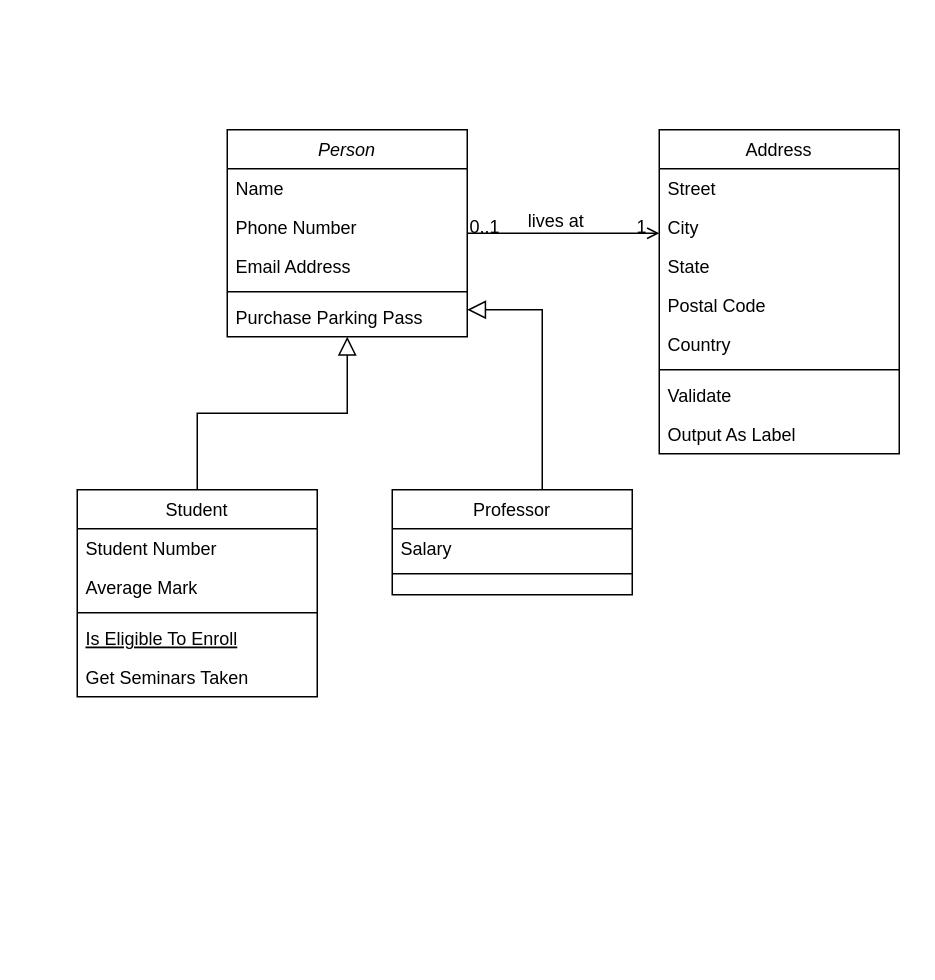
puyojulian/MiniProyecto1FPOE keeps this draw.io diagram as Diagrama de Clases MiniProyecto1.drawio. Above is the earlier version. Source tidied: cells renumbered, new cells numbered last; positions are measured from the earlier drawing's top-left corner, leaving out a move shared by most shapes. Both pictures are drawn from the tidied source at 150%, with x=0, y=0 at pixel (76, 129).
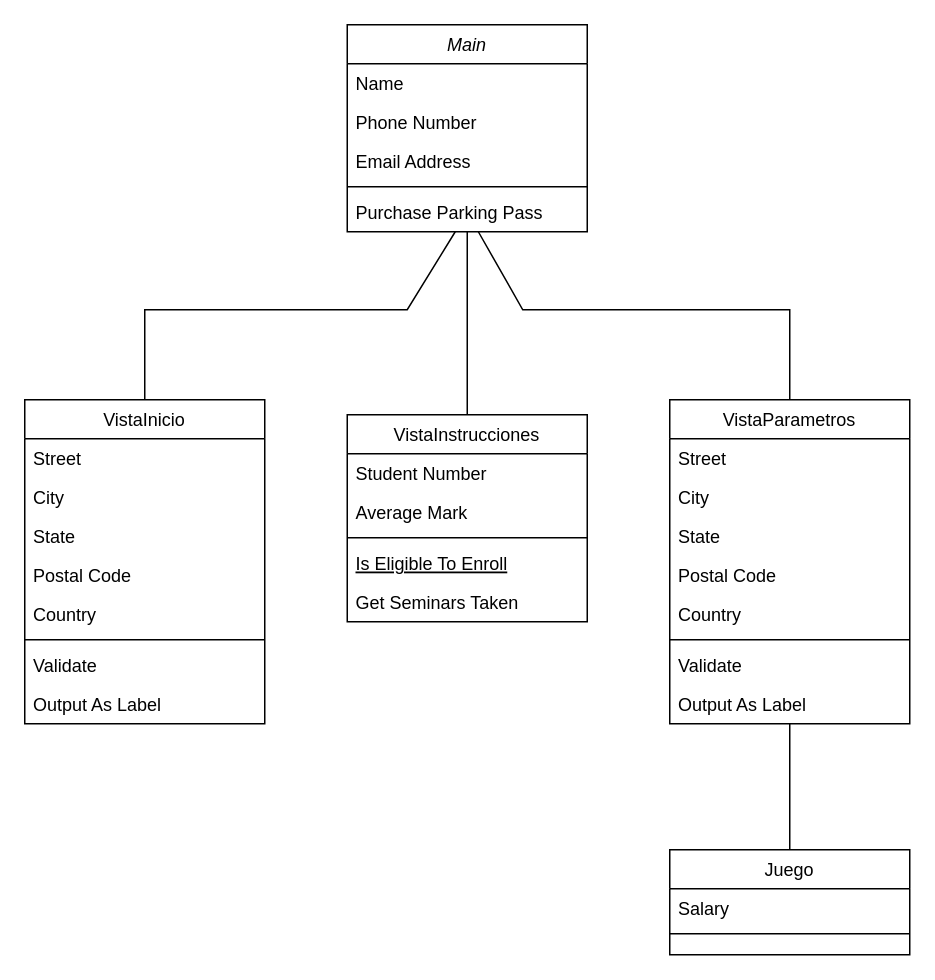
The same diagram, later.

Commit message:
Creación de clases sin atributos ni métodos definidos.

The change refers to these unchanged cells:
```xml
<mxCell id="7" value="Purchase Parking Pass" style="text;align=left;verticalAlign=top;spacingLeft=4;spacingRight=4;overflow=hidden;points=[[0,0.5],[1,0.5]];portConstraint=eastwest;" parent="2" vertex="1">
  <mxGeometry y="112" width="160" height="26" as="geometry" />
</mxCell>
```

Diff of the diagram source:
```diff
@@
-    <mxCell id="2" value="Person" style="swimlane;fontStyle=2;align=center;verticalAlign=top;horizontal=1;startSize=26;rounded=0;shadow=0;strokeWidth=1;" parent="1" vertex="1">
-      <mxGeometry x="100" width="160" height="138" as="geometry" />
+    <mxCell id="2" value="Main" style="swimlane;fontStyle=2;align=center;verticalAlign=top;horizontal=1;startSize=26;rounded=0;shadow=0;strokeWidth=1;" parent="1" vertex="1">
+      <mxGeometry x="180" y="-70" width="160" height="138" as="geometry" />
     </mxCell>
@@
-    <mxCell id="8" value="Student" style="swimlane;fontStyle=0;align=center;verticalAlign=top;horizontal=1;startSize=26;rounded=0;shadow=0;strokeWidth=1;" parent="1" vertex="1">
-      <mxGeometry y="240" width="160" height="138" as="geometry" />
+    <mxCell id="8" value="VistaInstrucciones" style="swimlane;fontStyle=0;align=center;verticalAlign=top;horizontal=1;startSize=26;rounded=0;shadow=0;strokeWidth=1;" parent="1" vertex="1">
+      <mxGeometry x="180" y="190" width="160" height="138" as="geometry" />
     </mxCell>
@@
-    <mxCell id="14" style="endArrow=block;endSize=10;endFill=0;shadow=0;strokeWidth=1;rounded=0;edgeStyle=elbowEdgeStyle;elbow=vertical;" parent="1" edge="1" source="8" target="2">
-      <mxGeometry relative="1" as="geometry" />
-    </mxCell>
-    <mxCell id="15" value="Professor" style="swimlane;fontStyle=0;align=center;verticalAlign=top;horizontal=1;startSize=26;rounded=0;shadow=0;strokeWidth=1;" parent="1" vertex="1">
-      <mxGeometry x="210" y="240" width="160" height="70" as="geometry" />
+    <mxCell id="15" value="Juego" style="swimlane;fontStyle=0;align=center;verticalAlign=top;horizontal=1;startSize=26;rounded=0;shadow=0;strokeWidth=1;" parent="1" vertex="1">
+      <mxGeometry x="395" y="480" width="160" height="70" as="geometry" />
     </mxCell>
@@
-    <mxCell id="18" style="endArrow=block;endSize=10;endFill=0;shadow=0;strokeWidth=1;rounded=0;edgeStyle=elbowEdgeStyle;elbow=vertical;" parent="1" edge="1" source="15" target="7">
-      <mxGeometry relative="1" as="geometry">
-        <Array as="points">
-          <mxPoint x="310" y="120" />
-        </Array>
-      </mxGeometry>
-    </mxCell>
-    <mxCell id="19" value="Address" style="swimlane;fontStyle=0;align=center;verticalAlign=top;horizontal=1;startSize=26;rounded=0;shadow=0;strokeWidth=1;" parent="1" vertex="1">
-      <mxGeometry x="388" width="160" height="216" as="geometry" />
+    <mxCell id="19" value="VistaInicio" style="swimlane;fontStyle=0;align=center;verticalAlign=top;horizontal=1;startSize=26;rounded=0;shadow=0;strokeWidth=1;" parent="1" vertex="1">
+      <mxGeometry x="-35" y="180" width="160" height="216" as="geometry" />
     </mxCell>
@@
-    <mxCell id="28" style="endArrow=open;shadow=0;strokeWidth=1;rounded=0;endFill=1;edgeStyle=elbowEdgeStyle;elbow=vertical;" parent="1" edge="1" source="2" target="19">
-      <mxGeometry x="0.5" y="41" relative="1" as="geometry">
-        <mxPoint x="-40" y="32" as="offset" />
-      </mxGeometry>
-    </mxCell>
-    <mxCell id="29" value="0..1" style="align=left;verticalAlign=bottom;labelBackgroundColor=none;fontSize=12;" parent="28" vertex="1">
-      <mxGeometry x="-1" relative="1" as="geometry">
-        <mxPoint y="4" as="offset" />
-      </mxGeometry>
-    </mxCell>
-    <mxCell id="30" value="1" style="align=right;verticalAlign=bottom;labelBackgroundColor=none;fontSize=12;" parent="28" vertex="1">
-      <mxGeometry x="1" relative="1" as="geometry">
-        <mxPoint x="-7" y="4" as="offset" />
-      </mxGeometry>
-    </mxCell>
-    <mxCell id="31" value="lives at" style="text;html=1;align=center;verticalAlign=middle;labelBackgroundColor=none;rounded=0;shadow=0;strokeWidth=1;fontSize=12;" parent="28" vertex="1">
-      <mxGeometry x="0.5" y="49" relative="1" as="geometry">
-        <mxPoint x="-38" y="40" as="offset" />
-      </mxGeometry>
-    </mxCell>
+    <mxCell id="32" value="VistaParametros" style="swimlane;fontStyle=0;align=center;verticalAlign=top;horizontal=1;startSize=26;rounded=0;shadow=0;strokeWidth=1;" parent="1" vertex="1">
+      <mxGeometry x="395" y="180" width="160" height="216" as="geometry" />
+    </mxCell>
+    <mxCell id="33" value="Street" style="text;align=left;verticalAlign=top;spacingLeft=4;spacingRight=4;overflow=hidden;" parent="32" vertex="1">
+      <mxGeometry y="26" width="160" height="26" as="geometry" />
+    </mxCell>
+    <mxCell id="34" value="City" style="text;align=left;verticalAlign=top;spacingLeft=4;spacingRight=4;overflow=hidden;rounded=0;shadow=0;html=0;" parent="32" vertex="1">
+      <mxGeometry y="52" width="160" height="26" as="geometry" />
+    </mxCell>
+    <mxCell id="35" value="State" style="text;align=left;verticalAlign=top;spacingLeft=4;spacingRight=4;overflow=hidden;rounded=0;shadow=0;html=0;" parent="32" vertex="1">
+      <mxGeometry y="78" width="160" height="26" as="geometry" />
+    </mxCell>
+    <mxCell id="36" value="Postal Code" style="text;align=left;verticalAlign=top;spacingLeft=4;spacingRight=4;overflow=hidden;rounded=0;shadow=0;html=0;" parent="32" vertex="1">
+      <mxGeometry y="104" width="160" height="26" as="geometry" />
+    </mxCell>
+    <mxCell id="37" value="Country" style="text;align=left;verticalAlign=top;spacingLeft=4;spacingRight=4;overflow=hidden;rounded=0;shadow=0;html=0;" parent="32" vertex="1">
+      <mxGeometry y="130" width="160" height="26" as="geometry" />
+    </mxCell>
+    <mxCell id="38" style="line;html=1;strokeWidth=1;align=left;verticalAlign=middle;spacingTop=-1;spacingLeft=3;spacingRight=3;labelPosition=right;" parent="32" vertex="1">
+      <mxGeometry y="156" width="160" height="8" as="geometry" />
+    </mxCell>
+    <mxCell id="39" value="Validate" style="text;align=left;verticalAlign=top;spacingLeft=4;spacingRight=4;overflow=hidden;" parent="32" vertex="1">
+      <mxGeometry y="164" width="160" height="26" as="geometry" />
+    </mxCell>
+    <mxCell id="40" value="Output As Label" style="text;align=left;verticalAlign=top;spacingLeft=4;spacingRight=4;overflow=hidden;points=[[0,0.5],[1,0.5]];portConstraint=eastwest;" parent="32" vertex="1">
+      <mxGeometry y="190" width="160" height="26" as="geometry" />
+    </mxCell>
+    <mxCell id="41" style="endArrow=none;html=1;rounded=0;" parent="1" edge="1" source="19" target="7">
+      <mxGeometry relative="1" as="geometry">
+        <Array as="points">
+          <mxPoint x="45" y="120" />
+          <mxPoint x="220" y="120" />
+        </Array>
+      </mxGeometry>
+    </mxCell>
+    <mxCell id="42" style="endArrow=none;html=1;rounded=0;" parent="1" edge="1" source="32" target="7">
+      <mxGeometry relative="1" as="geometry">
+        <Array as="points">
+          <mxPoint x="475" y="120" />
+          <mxPoint x="297" y="120" />
+        </Array>
+      </mxGeometry>
+    </mxCell>
+    <mxCell id="43" style="endArrow=none;html=1;rounded=0;" parent="1" edge="1" source="8" target="7">
+      <mxGeometry relative="1" as="geometry" />
+    </mxCell>
+    <mxCell id="44" style="endArrow=none;html=1;rounded=0;" parent="1" edge="1" source="15" target="40">
+      <mxGeometry relative="1" as="geometry" />
+    </mxCell>
```
